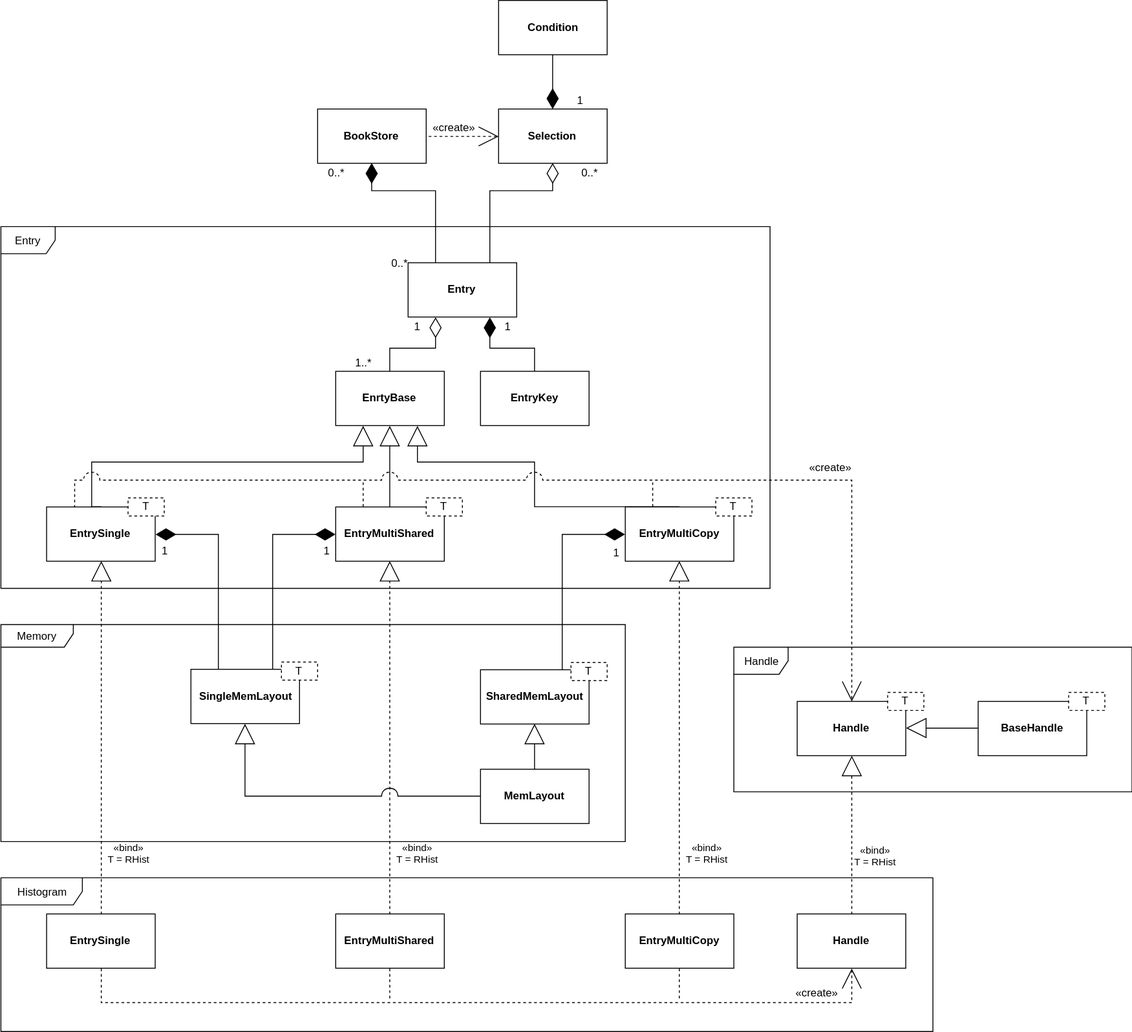
The draw.io diagram docs/diagrams/BookStore-Data.svg in tmadlener/MarlinMT, before a commit. Source tidied: cells renumbered, new cells last; positions are measured from the earlier drawing's top-left corner, leaving out a move shared by most shapes.
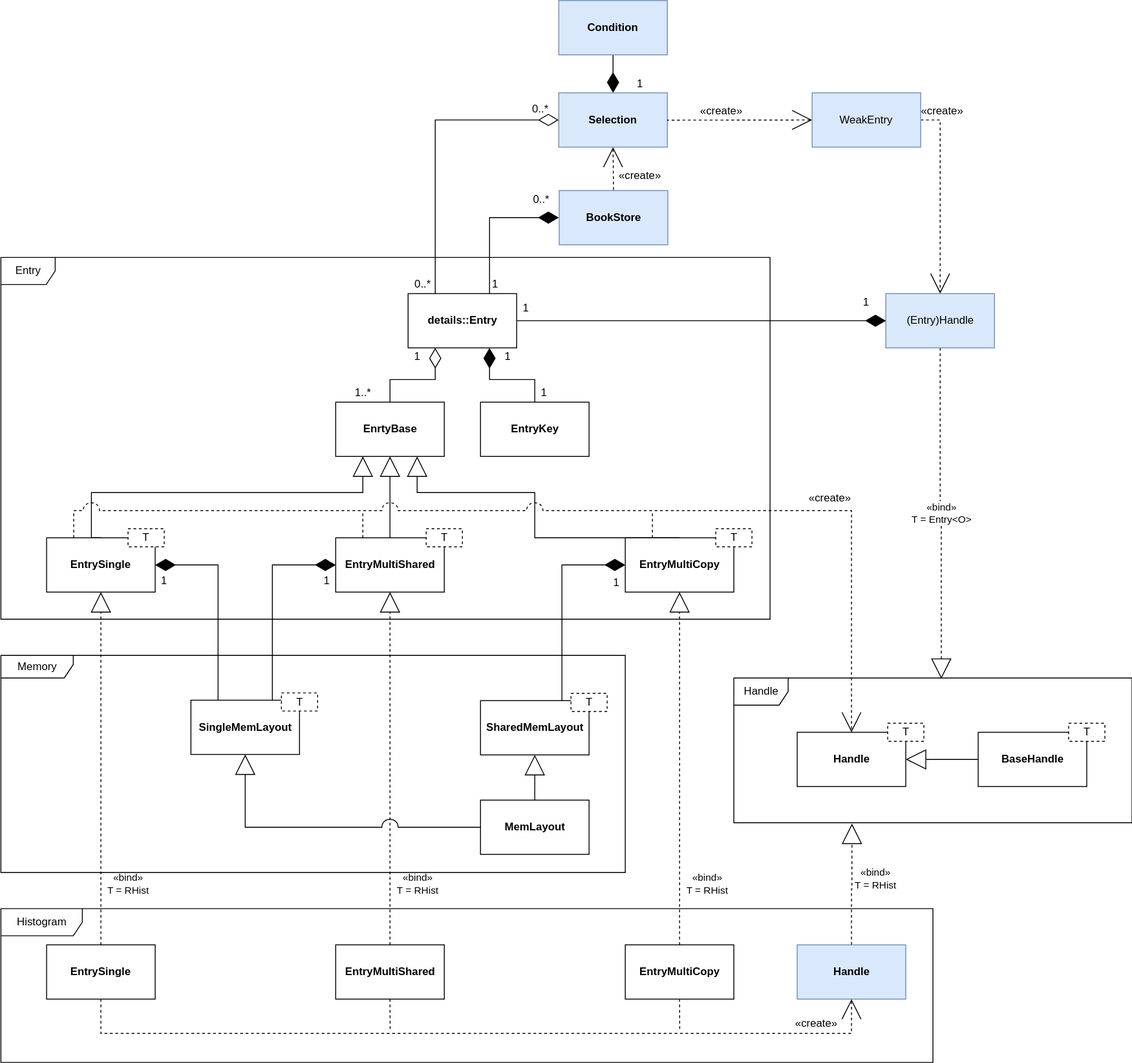
Later version of the same file.

Commit message:
Update internal documentation for BookStore

The edit, as a diff of the source:
```diff
@@ -13,6 +13,8 @@
     </mxCell>
-    <mxCell id="5" value="«bind»&lt;div&gt;T = RHist&lt;br&gt;&lt;/div&gt;" style="edgeStyle=orthogonalEdgeStyle;rounded=0;jettySize=auto;exitX=0.5;exitY=0;exitDx=0;exitDy=0;endArrow=block;endFill=0;endSize=20;strokeWidth=1;dashed=1;entryX=0.5;entryY=1;entryDx=0;entryDy=0;html=1;" parent="1" edge="1" source="89" target="62">
-      <mxGeometry x="-0.27" y="-26" relative="1" as="geometry" />
+    <mxCell id="5" value="«bind»&lt;div&gt;T = RHist&lt;br&gt;&lt;/div&gt;" style="edgeStyle=orthogonalEdgeStyle;rounded=0;jettySize=auto;exitX=0.5;exitY=0;exitDx=0;exitDy=0;endArrow=block;endFill=0;endSize=20;strokeWidth=1;dashed=1;html=1;" parent="1" edge="1" source="89">
+      <mxGeometry x="0.11" y="-26" relative="1" as="geometry">
+        <mxPoint x="940" y="876" as="targetPoint" />
+      </mxGeometry>
     </mxCell>
-    <mxCell id="6" style="edgeStyle=orthogonalEdgeStyle;rounded=0;jumpStyle=arc;jumpSize=18;jettySize=auto;dashed=1;startArrow=open;startFill=0;startSize=20;endArrow=none;endFill=0;endSize=20;targetPerimeterSpacing=0;strokeWidth=1;entryX=1;entryY=0.5;entryDx=0;entryDy=0;html=1;" parent="1" edge="1" source="77" target="71">
+    <mxCell id="6" style="edgeStyle=orthogonalEdgeStyle;rounded=0;jumpStyle=arc;jumpSize=18;jettySize=auto;dashed=1;startArrow=open;startFill=0;startSize=20;endArrow=none;endFill=0;endSize=20;targetPerimeterSpacing=0;strokeWidth=1;entryX=0.5;entryY=0;entryDx=0;entryDy=0;html=1;" parent="1" edge="1" source="77" target="71">
       <mxGeometry relative="1" as="geometry" />
@@ -20,3 +22,3 @@
     <mxCell id="7" value="«create»" style="text;strokeColor=none;fillColor=none;align=center;verticalAlign=middle;whiteSpace=wrap;rounded=0;html=1;" parent="1" vertex="1">
-      <mxGeometry x="479.5" y="130" width="40" height="20" as="geometry" />
+      <mxGeometry x="1019.5" y="78" width="40" height="20" as="geometry" />
     </mxCell>
@@ -49,3 +51,3 @@
     </mxCell>
-    <mxCell id="13" value="&lt;a href=&quot;http://localhost:8000/doxygen/classmarlin_1_1book_1_1MemLayout.html&quot;&gt;&lt;b&gt;MemLayout&lt;/b&gt;&lt;/a&gt;" style="rounded=0;whiteSpace=wrap;html=1;" parent="11" vertex="1">
+    <mxCell id="13" value="&lt;a href=&quot;/doxygen/classmarlin_1_1book_1_1MemLayout.html&quot;&gt;&lt;b&gt;MemLayout&lt;/b&gt;&lt;/a&gt;" style="rounded=0;whiteSpace=wrap;html=1;" parent="11" vertex="1">
       <mxGeometry x="530" y="160" width="120" height="60" as="geometry" />
@@ -61,3 +63,3 @@
     </mxCell>
-    <mxCell id="17" value="&lt;a href=&quot;http://localhost:8000/doxygen/classmarlin_1_1book_1_1SingleMemLayout.html&quot;&gt;&lt;b&gt;SingleMemLayout&lt;/b&gt;&lt;/a&gt;" style="rounded=0;whiteSpace=wrap;html=1;" parent="16" vertex="1">
+    <mxCell id="17" value="&lt;a href=&quot;/doxygen/classmarlin_1_1book_1_1SingleMemLayout.html&quot;&gt;&lt;b&gt;SingleMemLayout&lt;/b&gt;&lt;/a&gt;" style="rounded=0;whiteSpace=wrap;html=1;" parent="16" vertex="1">
       <mxGeometry y="8" width="120" height="60" as="geometry" />
@@ -70,3 +72,3 @@
     </mxCell>
-    <mxCell id="20" value="&lt;a href=&quot;http://localhost:8000/doxygen/classmarlin_1_1book_1_1SharedMemLayout.html&quot;&gt;&lt;b&gt;SharedMemLayout&lt;/b&gt;&lt;/a&gt;" style="rounded=0;whiteSpace=wrap;html=1;" parent="19" vertex="1">
+    <mxCell id="20" value="&lt;a href=&quot;/doxygen/classmarlin_1_1book_1_1SharedMemLayout.html&quot;&gt;&lt;b&gt;SharedMemLayout&lt;/b&gt;&lt;/a&gt;" style="rounded=0;whiteSpace=wrap;html=1;" parent="19" vertex="1">
       <mxGeometry y="8" width="120" height="60" as="geometry" />
@@ -76,7 +78,7 @@
     </mxCell>
-    <mxCell id="22" style="edgeStyle=orthogonalEdgeStyle;rounded=0;jumpStyle=arc;jumpSize=20;jettySize=auto;exitX=0.75;exitY=0;exitDx=0;exitDy=0;entryX=0.5;entryY=1;entryDx=0;entryDy=0;startArrow=none;startFill=0;startSize=20;endArrow=diamondThin;endFill=0;endSize=20;targetPerimeterSpacing=0;strokeWidth=1;html=1;" parent="1" edge="1" source="32" target="77">
+    <mxCell id="22" style="edgeStyle=orthogonalEdgeStyle;rounded=0;jumpStyle=arc;jumpSize=20;jettySize=auto;exitX=0.75;exitY=0;exitDx=0;exitDy=0;startArrow=none;startFill=0;startSize=20;endArrow=diamondThin;endFill=1;endSize=20;targetPerimeterSpacing=0;strokeWidth=1;html=1;" parent="1" edge="1" source="32">
       <mxGeometry relative="1" as="geometry">
+        <mxPoint x="616" y="206" as="targetPoint" />
         <Array as="points">
-          <mxPoint x="539.5" y="210" />
-          <mxPoint x="609.5" y="210" />
+          <mxPoint x="539" y="206" />
         </Array>
@@ -84,7 +86,6 @@
     </mxCell>
-    <mxCell id="23" style="edgeStyle=orthogonalEdgeStyle;rounded=0;jumpStyle=arc;jumpSize=20;jettySize=auto;exitX=0.25;exitY=0;exitDx=0;exitDy=0;entryX=0.5;entryY=1;entryDx=0;entryDy=0;startArrow=none;startFill=0;startSize=20;endArrow=diamondThin;endFill=1;endSize=20;targetPerimeterSpacing=0;strokeWidth=1;html=1;" parent="1" edge="1" source="32" target="71">
+    <mxCell id="23" style="edgeStyle=orthogonalEdgeStyle;rounded=0;jumpStyle=arc;jumpSize=20;jettySize=auto;exitX=0.25;exitY=0;exitDx=0;exitDy=0;entryX=0;entryY=0.5;entryDx=0;entryDy=0;startArrow=none;startFill=0;startSize=20;endArrow=diamondThin;endFill=0;endSize=20;targetPerimeterSpacing=0;strokeWidth=1;html=1;" parent="1" edge="1" source="32" target="77">
       <mxGeometry relative="1" as="geometry">
         <Array as="points">
-          <mxPoint x="479.5" y="210" />
-          <mxPoint x="409.5" y="210" />
+          <mxPoint x="479" y="98" />
         </Array>
@@ -98,3 +99,3 @@
     </mxCell>
-    <mxCell id="26" value="&lt;a href=&quot;http://localhost:8000/doxygen/structmarlin_1_1book_1_1EntryKey.html&quot;&gt;&lt;b&gt;EntryKey&lt;/b&gt;&lt;/a&gt;" style="rounded=0;whiteSpace=wrap;html=1;" parent="24" vertex="1">
+    <mxCell id="26" value="&lt;a href=&quot;/doxygen/structmarlin_1_1book_1_1EntryKey.html&quot;&gt;&lt;b&gt;EntryKey&lt;/b&gt;&lt;/a&gt;" style="rounded=0;whiteSpace=wrap;html=1;" parent="24" vertex="1">
       <mxGeometry x="530" y="160" width="120" height="60" as="geometry" />
@@ -104,3 +105,3 @@
     </mxCell>
-    <mxCell id="28" value="&lt;a href=&quot;http://localhost:8000/doxygen/classmarlin_1_1book_1_1EntryBase.html&quot;&gt;&lt;b&gt;EnrtyBase&lt;/b&gt;&lt;/a&gt;" style="rounded=0;whiteSpace=wrap;html=1;" parent="27" vertex="1">
+    <mxCell id="28" value="&lt;a href=&quot;/doxygen/classmarlin_1_1book_1_1EntryBase.html&quot;&gt;&lt;b&gt;EnrtyBase&lt;/b&gt;&lt;/a&gt;" style="rounded=0;whiteSpace=wrap;html=1;" parent="27" vertex="1">
       <mxGeometry y="20" width="120" height="60" as="geometry" />
@@ -116,3 +117,3 @@
     </mxCell>
-    <mxCell id="32" value="&lt;a href=&quot;http://localhost:8000/doxygen/classmarlin_1_1book_1_1Entry.html&quot;&gt;&lt;b&gt;Entry&lt;/b&gt;&lt;/a&gt;" style="rounded=0;whiteSpace=wrap;html=1;" parent="31" vertex="1">
+    <mxCell id="32" value="&lt;a href=&quot;/doxygen/classmarlin_1_1book_1_1details_1_1Entry.html&quot;&gt;&lt;b&gt;details::Entry&lt;/b&gt;&lt;/a&gt;" style="rounded=0;whiteSpace=wrap;html=1;" parent="31" vertex="1">
       <mxGeometry width="120" height="60" as="geometry" />
@@ -125,5 +126,2 @@
     </mxCell>
-    <mxCell id="35" value="0..*" style="text;strokeColor=none;fillColor=none;align=center;verticalAlign=middle;whiteSpace=wrap;rounded=0;html=1;" parent="30" vertex="1">
-      <mxGeometry width="20" height="20" as="geometry" />
-    </mxCell>
     <mxCell id="36" style="edgeStyle=orthogonalEdgeStyle;rounded=0;jettySize=auto;exitX=0.5;exitY=0;exitDx=0;exitDy=0;entryX=0.75;entryY=1;entryDx=0;entryDy=0;endArrow=diamondThin;endFill=1;endSize=20;strokeWidth=1;html=1;" parent="24" edge="1" source="26" target="32">
@@ -140,3 +138,3 @@
     </mxCell>
-    <mxCell id="40" value="&lt;a href=&quot;http://localhost:8000/doxygen/classmarlin_1_1book_1_1EntrySingle.html&quot;&gt;&lt;b&gt;EntrySingle&lt;/b&gt;&lt;/a&gt;" style="rounded=0;whiteSpace=wrap;html=1;" parent="39" vertex="1">
+    <mxCell id="40" value="&lt;a href=&quot;/doxygen/classmarlin_1_1book_1_1EntrySingle.html&quot;&gt;&lt;b&gt;EntrySingle&lt;/b&gt;&lt;/a&gt;" style="rounded=0;whiteSpace=wrap;html=1;" parent="39" vertex="1">
       <mxGeometry y="10" width="120" height="60" as="geometry" />
@@ -167,3 +165,3 @@
     </mxCell>
-    <mxCell id="47" value="&lt;a href=&quot;http://localhost:8000/doxygen/classmarlin_1_1book_1_1EntryMultiShared.html&quot;&gt;&lt;b&gt;EntryMultiShared&lt;/b&gt;&lt;/a&gt;" style="rounded=0;whiteSpace=wrap;html=1;" parent="46" vertex="1">
+    <mxCell id="47" value="&lt;a href=&quot;/doxygen/classmarlin_1_1book_1_1EntryMultiShared.html&quot;&gt;&lt;b&gt;EntryMultiShared&lt;/b&gt;&lt;/a&gt;" style="rounded=0;whiteSpace=wrap;html=1;" parent="46" vertex="1">
       <mxGeometry width="120" height="60" as="geometry" />
@@ -185,3 +183,3 @@
     </mxCell>
-    <mxCell id="53" value="&lt;a href=&quot;http://localhost:8000/doxygen/classmarlin_1_1book_1_1EntryMultiCopy.html&quot;&gt;&lt;b&gt;EntryMultiCopy&lt;/b&gt;&lt;/a&gt;" style="rounded=0;whiteSpace=wrap;html=1;" parent="52" vertex="1">
+    <mxCell id="53" value="&lt;a href=&quot;/doxygen/classmarlin_1_1book_1_1EntryMultiCopy.html&quot;&gt;&lt;b&gt;EntryMultiCopy&lt;/b&gt;&lt;/a&gt;" style="rounded=0;whiteSpace=wrap;html=1;" parent="52" vertex="1">
       <mxGeometry y="10" width="120" height="60" as="geometry" />
@@ -213,2 +211,14 @@
     </mxCell>
+    <mxCell id="93" value="1" style="text;strokeColor=none;fillColor=none;align=center;verticalAlign=middle;whiteSpace=wrap;rounded=0;html=1;" parent="24" vertex="1">
+      <mxGeometry x="590" y="140" width="20" height="20" as="geometry" />
+    </mxCell>
+    <mxCell id="94" value="1" style="text;strokeColor=none;fillColor=none;align=center;verticalAlign=middle;whiteSpace=wrap;rounded=0;html=1;" parent="24" vertex="1">
+      <mxGeometry x="570" y="46" width="20" height="20" as="geometry" />
+    </mxCell>
+    <mxCell id="35" value="0..*" style="text;strokeColor=none;fillColor=none;align=center;verticalAlign=middle;whiteSpace=wrap;rounded=0;html=1;" parent="24" vertex="1">
+      <mxGeometry x="456.5" y="20" width="20" height="20" as="geometry" />
+    </mxCell>
+    <mxCell id="95" value="1" style="text;strokeColor=none;fillColor=none;align=center;verticalAlign=middle;whiteSpace=wrap;rounded=0;html=1;" parent="24" vertex="1">
+      <mxGeometry x="536.5" y="20" width="20" height="20" as="geometry" />
+    </mxCell>
     <mxCell id="59" style="group;html=1;" parent="1" vertex="1">
@@ -222,3 +232,3 @@
     </mxCell>
-    <mxCell id="62" value="&lt;a href=&quot;http://localhost:8000/doxygen/classmarlin_1_1book_1_1Handle.html&quot;&gt;&lt;b&gt;Handle&lt;/b&gt;&lt;/a&gt;" style="rounded=0;whiteSpace=wrap;html=1;" parent="61" vertex="1">
+    <mxCell id="62" value="&lt;a href=&quot;/doxygen/classmarlin_1_1book_1_1Handle.html&quot;&gt;&lt;b&gt;Handle&lt;/b&gt;&lt;/a&gt;" style="rounded=0;whiteSpace=wrap;html=1;" parent="61" vertex="1">
       <mxGeometry y="10" width="120" height="60" as="geometry" />
@@ -234,3 +244,3 @@
     </mxCell>
-    <mxCell id="66" value="&lt;a href=&quot;http://localhost:8000/doxygen/classmarlin_1_1book_1_1BaseHandle.html&quot;&gt;&lt;b&gt;BaseHandle&lt;/b&gt;&lt;/a&gt;" style="rounded=0;whiteSpace=wrap;html=1;" parent="65" vertex="1">
+    <mxCell id="66" value="&lt;a href=&quot;/doxygen/classmarlin_1_1book_1_1BaseHandle.html&quot;&gt;&lt;b&gt;BaseHandle&lt;/b&gt;&lt;/a&gt;" style="rounded=0;whiteSpace=wrap;html=1;" parent="65" vertex="1">
       <mxGeometry y="10" width="120" height="60" as="geometry" />
@@ -243,16 +253,13 @@
     </mxCell>
-    <mxCell id="69" value="&lt;a href=&quot;http://localhost:8000/doxygen/classmarlin_1_1book_1_1Condition.html&quot;&gt;&lt;b&gt;Condition&lt;/b&gt;&lt;/a&gt;" style="rounded=0;whiteSpace=wrap;html=1;" parent="1" vertex="1">
-      <mxGeometry x="549.5" width="120" height="60" as="geometry" />
+    <mxCell id="69" value="&lt;a href=&quot;/doxygen/classmarlin_1_1book_1_1Condition.html&quot;&gt;&lt;b&gt;Condition&lt;/b&gt;&lt;/a&gt;" style="rounded=0;whiteSpace=wrap;html=1;fillColor=#dae8fc;strokeColor=#6c8ebf;" parent="1" vertex="1">
+      <mxGeometry x="616" y="-34" width="120" height="60" as="geometry" />
     </mxCell>
     <mxCell id="70" style="group;html=1;" parent="1" vertex="1">
-      <mxGeometry x="349.5" y="120" width="120" height="80" as="geometry" />
+      <mxGeometry x="616.5" y="176" width="120" height="80" as="geometry" />
     </mxCell>
-    <mxCell id="71" value="&lt;a href=&quot;http://localhost:8000/doxygen/classmarlin_1_1book_1_1BookStore.html&quot;&gt;&lt;b&gt;BookStore&lt;/b&gt;&lt;/a&gt;" style="rounded=0;whiteSpace=wrap;html=1;" parent="70" vertex="1">
+    <mxCell id="71" value="&lt;a href=&quot;/doxygen/classmarlin_1_1book_1_1BookStore.html&quot;&gt;&lt;b&gt;BookStore&lt;/b&gt;&lt;/a&gt;" style="rounded=0;whiteSpace=wrap;html=1;fillColor=#dae8fc;strokeColor=#6c8ebf;" parent="70" vertex="1">
       <mxGeometry width="120" height="60" as="geometry" />
     </mxCell>
-    <mxCell id="72" value="0..*" style="text;strokeColor=none;fillColor=none;align=center;verticalAlign=middle;whiteSpace=wrap;rounded=0;direction=west;html=1;" parent="70" vertex="1">
-      <mxGeometry y="60" width="40" height="20" as="geometry" />
-    </mxCell>
     <mxCell id="73" style="group;html=1;" parent="1" vertex="1">
-      <mxGeometry x="549.5" y="100" width="140" height="100" as="geometry" />
+      <mxGeometry x="616" y="48" width="140" height="100" as="geometry" />
     </mxCell>
@@ -267,8 +274,13 @@
     </mxCell>
-    <mxCell id="77" value="&lt;a href=&quot;http://localhost:8000/doxygen/classmarlin_1_1book_1_1Selection.html&quot;&gt;&lt;b&gt;Selection&lt;/b&gt;&lt;/a&gt;" style="rounded=0;whiteSpace=wrap;html=1;" parent="76" vertex="1">
+    <mxCell id="77" value="&lt;a href=&quot;/doxygen/classmarlin_1_1book_1_1Selection.html&quot;&gt;&lt;b&gt;Selection&lt;/b&gt;&lt;/a&gt;" style="rounded=0;whiteSpace=wrap;html=1;fillColor=#dae8fc;strokeColor=#6c8ebf;" parent="76" vertex="1">
       <mxGeometry width="120" height="60" as="geometry" />
     </mxCell>
-    <mxCell id="78" value="0..*" style="text;strokeColor=none;fillColor=none;align=center;verticalAlign=middle;whiteSpace=wrap;rounded=0;html=1;" parent="74" vertex="1">
-      <mxGeometry x="80" y="60" width="40" height="20" as="geometry" />
-    </mxCell>
+    <mxCell id="96" style="edgeStyle=orthogonalEdgeStyle;rounded=0;jumpStyle=arc;jumpSize=18;jettySize=auto;dashed=1;startArrow=open;startFill=0;startSize=20;endArrow=none;endFill=0;endSize=20;targetPerimeterSpacing=0;strokeWidth=1;entryX=1;entryY=0.5;entryDx=0;entryDy=0;html=1;exitX=1;exitY=0.5;exitDx=0;exitDy=0;" parent="76" edge="1" source="99">
+      <mxGeometry relative="1" as="geometry">
+        <mxPoint x="119.7" y="30.2" as="targetPoint" />
+      </mxGeometry>
+    </mxCell>
+    <mxCell id="97" value="&lt;div&gt;&lt;br&gt;&lt;/div&gt;" style="text;html=1;align=center;verticalAlign=middle;labelBackgroundColor=#ffffff;" parent="96" vertex="1">
+      <mxGeometry x="-0.48" y="3" relative="1" as="geometry" />
+    </mxCell>
     <mxCell id="79" value="1" style="text;strokeColor=none;fillColor=none;align=center;verticalAlign=middle;whiteSpace=wrap;rounded=0;html=1;" parent="73" vertex="1">
@@ -301,3 +313,3 @@
     </mxCell>
-    <mxCell id="86" value="&lt;b&gt;EntryMultiShared&lt;/b&gt;" style="rounded=0;whiteSpace=wrap;html=1;" parent="83" vertex="1">
+    <mxCell id="86" value="&lt;a href=&quot;/doxygen/classmarlin_1_1book_1_1EntryMultiShared_3_01types_1_1HistT_3_01Config_01_4_01_4.html&quot;&gt;&lt;b&gt;EntryMultiShared&lt;/b&gt;&lt;/a&gt;" style="rounded=0;whiteSpace=wrap;html=1;" parent="83" vertex="1">
       <mxGeometry x="370" y="40" width="120" height="60" as="geometry" />
@@ -309,6 +321,6 @@
     </mxCell>
-    <mxCell id="88" value="&lt;b&gt;EntryMultiCopy&lt;/b&gt;" style="rounded=0;whiteSpace=wrap;html=1;" parent="83" vertex="1">
+    <mxCell id="88" value="&lt;a href=&quot;/doxygen/classmarlin_1_1book_1_1EntryMultiCopy_3_01types_1_1HistT_3_01Config_01_4_01_4.html&quot;&gt;&lt;b&gt;EntryMultiCopy&lt;/b&gt;&lt;/a&gt;" style="rounded=0;whiteSpace=wrap;html=1;" parent="83" vertex="1">
       <mxGeometry x="690" y="40" width="120" height="60" as="geometry" />
     </mxCell>
-    <mxCell id="89" value="&lt;b&gt;Handle&lt;/b&gt;" style="rounded=0;whiteSpace=wrap;html=1;" parent="83" vertex="1">
+    <mxCell id="89" value="&lt;a href=&quot;/doxygen/classmarlin_1_1book_1_1Handle_3_01types_1_1HistT_3_01Config_01_4_01_4.html&quot;&gt;&lt;b&gt;Handle&lt;/b&gt;&lt;/a&gt;" style="rounded=0;whiteSpace=wrap;html=1;fillColor=#dae8fc;strokeColor=#6c8ebf;" parent="83" vertex="1">
       <mxGeometry x="880" y="40" width="120" height="60" as="geometry" />
@@ -326,5 +338,35 @@
     </mxCell>
-    <mxCell id="92" value="&lt;b&gt;EntrySingle&lt;/b&gt;" style="rounded=0;whiteSpace=wrap;html=1;" parent="91" vertex="1">
+    <mxCell id="92" value="&lt;a href=&quot;/doxygen/classmarlin_1_1book_1_1EntrySingle_3_01types_1_1HistT_3_01Config_01_4_01_4.html&quot;&gt;&lt;b&gt;EntrySingle&lt;/b&gt;&lt;/a&gt;" style="rounded=0;whiteSpace=wrap;html=1;" parent="91" vertex="1">
       <mxGeometry x="0.5" width="120" height="60" as="geometry" />
     </mxCell>
+    <mxCell id="98" style="edgeStyle=orthogonalEdgeStyle;rounded=0;jettySize=auto;html=1;exitX=0;exitY=0.5;exitDx=0;exitDy=0;endArrow=open;endFill=0;endSize=20;strokeWidth=1;dashed=1;" parent="1" edge="1" source="99" target="102">
+      <mxGeometry relative="1" as="geometry" />
+    </mxCell>
+    <mxCell id="99" value="&lt;a href=&quot;/doxygen/classmarlin_1_1book_1_1WeakEntry.html&quot;&gt;WeakEntry&lt;/a&gt;" style="rounded=0;whiteSpace=wrap;html=1;direction=west;fillColor=#dae8fc;strokeColor=#6c8ebf;" parent="1" vertex="1">
+      <mxGeometry x="896" y="68" width="120" height="60" as="geometry" />
+    </mxCell>
+    <mxCell id="100" value="«create»" style="text;strokeColor=none;fillColor=none;align=center;verticalAlign=middle;whiteSpace=wrap;rounded=0;html=1;" parent="1" vertex="1">
+      <mxGeometry x="686" y="150" width="40" height="20" as="geometry" />
+    </mxCell>
+    <mxCell id="101" value="&lt;div&gt;«bind»&lt;/div&gt;&lt;div&gt;T = Entry&amp;lt;O&amp;gt;&lt;br&gt;&lt;/div&gt;" style="edgeStyle=orthogonalEdgeStyle;rounded=0;jettySize=auto;html=1;exitX=0.5;exitY=1;exitDx=0;exitDy=0;entryX=0.521;entryY=0.006;entryDx=0;entryDy=0;entryPerimeter=0;endArrow=block;endFill=0;strokeWidth=1;endSize=20;dashed=1;" parent="1" edge="1" source="102" target="60">
+      <mxGeometry relative="1" as="geometry" />
+    </mxCell>
+    <mxCell id="102" value="(Entry)&lt;a href=&quot;/doxygen/classmarlin_1_1book_1_1Handle_3_01Entry_3_01T_01_4_01_4.html&quot;&gt;Handle&lt;/a&gt;" style="rounded=0;whiteSpace=wrap;html=1;fillColor=#dae8fc;strokeColor=#6c8ebf;" parent="1" vertex="1">
+      <mxGeometry x="977.5" y="290" width="120" height="60" as="geometry" />
+    </mxCell>
+    <mxCell id="103" style="edgeStyle=orthogonalEdgeStyle;rounded=0;jettySize=auto;html=1;exitX=1;exitY=0.5;exitDx=0;exitDy=0;entryX=0;entryY=0.5;entryDx=0;entryDy=0;endArrow=diamondThin;endFill=1;endSize=20;strokeWidth=1;" parent="1" edge="1" source="32" target="102">
+      <mxGeometry relative="1" as="geometry" />
+    </mxCell>
+    <mxCell id="104" value="1" style="text;strokeColor=none;fillColor=none;align=center;verticalAlign=middle;whiteSpace=wrap;rounded=0;html=1;" parent="1" vertex="1">
+      <mxGeometry x="946" y="290" width="20" height="20" as="geometry" />
+    </mxCell>
+    <mxCell id="105" value="«create»" style="text;strokeColor=none;fillColor=none;align=center;verticalAlign=middle;whiteSpace=wrap;rounded=0;html=1;" parent="1" vertex="1">
+      <mxGeometry x="776" y="78" width="40" height="20" as="geometry" />
+    </mxCell>
+    <mxCell id="72" value="0..*" style="text;strokeColor=none;fillColor=none;align=center;verticalAlign=middle;whiteSpace=wrap;rounded=0;direction=west;html=1;" parent="1" vertex="1">
+      <mxGeometry x="576.5" y="176" width="40" height="20" as="geometry" />
+    </mxCell>
+    <mxCell id="78" value="0..*" style="text;strokeColor=none;fillColor=none;align=center;verticalAlign=middle;whiteSpace=wrap;rounded=0;html=1;" parent="1" vertex="1">
+      <mxGeometry x="576" y="76" width="40" height="20" as="geometry" />
+    </mxCell>
   </root>
```
